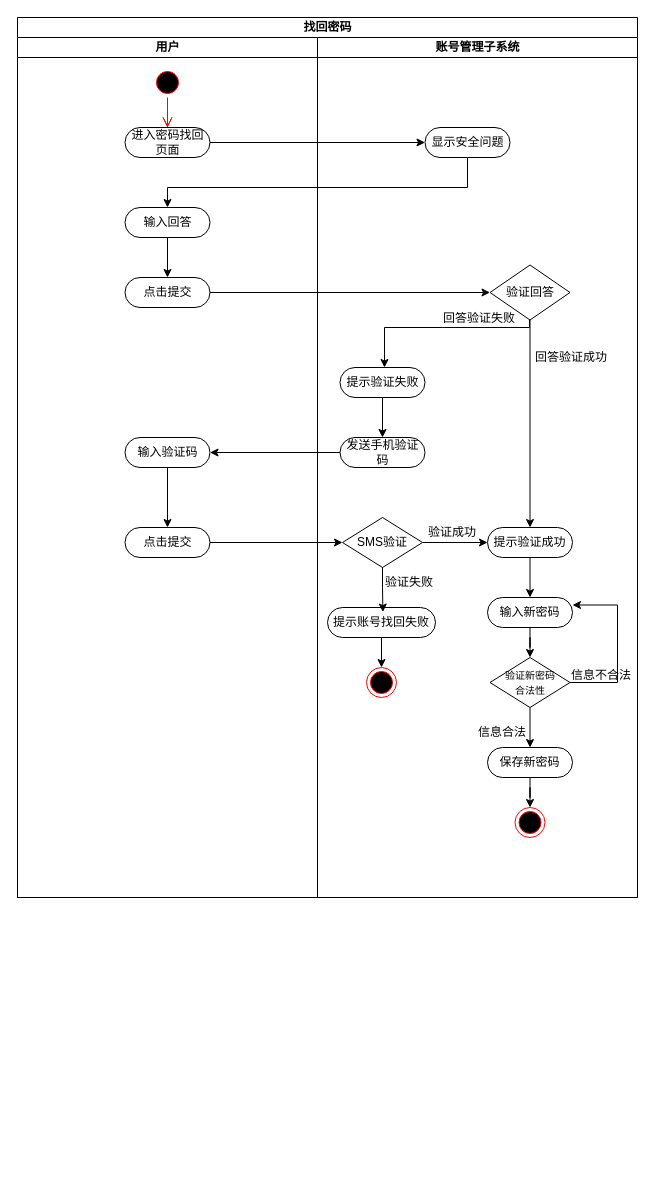
PomeloLemon/SoftwareDiagrams keeps this draw.io diagram as 找回密码活动图.drawio. Above is the earlier version. Source tidied: cells renumbered, new cells numbered last; positions are measured from the earlier drawing's top-left corner, leaving out a move shared by most shapes. Both pictures are drawn from the tidied source at 100%, with x=0, y=0 at pixel (17, 17).
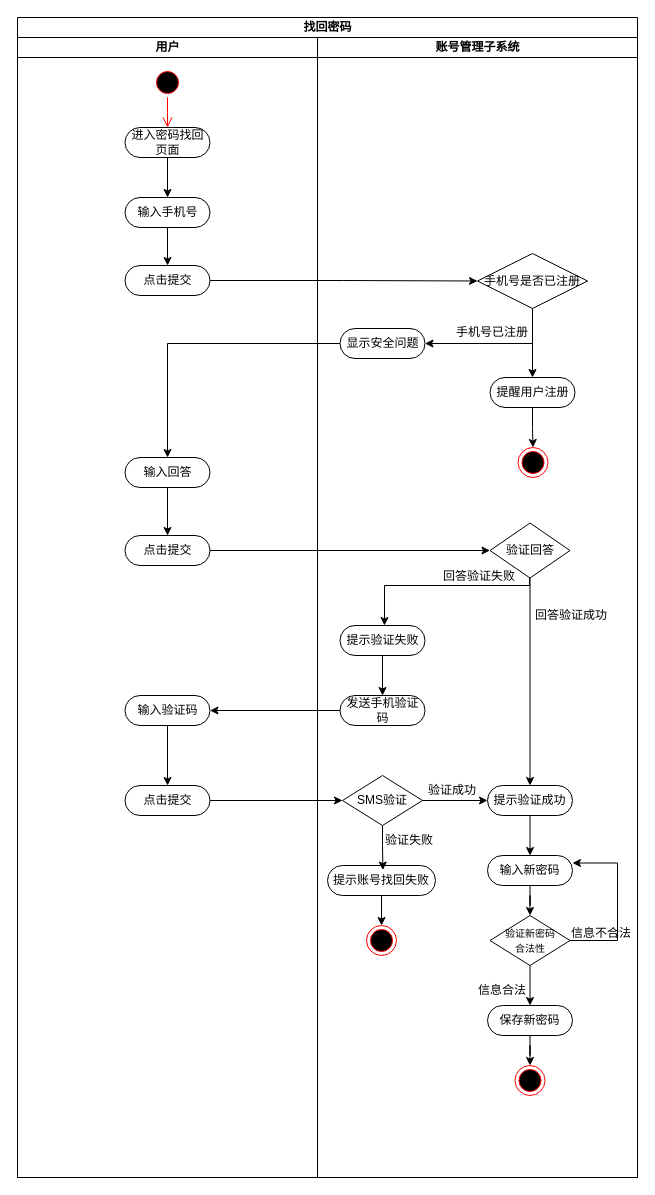
The same page after the edit.

Commit message:
更新找回密码活动图.drawio

The change refers to these unchanged cells:
```xml
<mxCell id="4" style="ellipse;html=1;shape=startState;fillColor=#000000;strokeColor=#ff0000;" parent="3" vertex="1">
  <mxGeometry x="135" y="30" width="30" height="30" as="geometry" />
</mxCell>
<mxCell id="7" value="进入密码找回页面" style="rounded=1;whiteSpace=wrap;html=1;shadow=0;comic=0;labelBackgroundColor=none;strokeWidth=1;fontFamily=Verdana;fontSize=12;align=center;arcSize=50;" parent="3" vertex="1">
  <mxGeometry x="107.5" y="90" width="85" height="30" as="geometry" />
</mxCell>
```

What changed in the source:
```diff
@@
     <mxCell id="2" value="找回密码" style="swimlane;startSize=20;html=1;" parent="1" vertex="1">
-      <mxGeometry width="620" height="880" as="geometry" />
+      <mxGeometry width="620" height="1160" as="geometry" />
     </mxCell>
     <mxCell id="3" value="用户" style="swimlane;startSize=20;html=1;" parent="2" vertex="1">
-      <mxGeometry y="20" width="300" height="860" as="geometry" />
+      <mxGeometry y="20" width="300" height="1140" as="geometry" />
     </mxCell>
@@
-    <mxCell id="5" style="edgeStyle=orthogonalEdgeStyle;html=1;verticalAlign=bottom;endArrow=open;endSize=8;strokeColor=#ff0000;rounded=0;" parent="3" edge="1" source="7">
-      <mxGeometry relative="1" as="geometry">
-        <mxPoint x="150" y="90" as="targetPoint" />
-      </mxGeometry>
-    </mxCell>
-    <mxCell id="6" style="edgeStyle=orthogonalEdgeStyle;html=1;verticalAlign=bottom;endArrow=open;endSize=8;strokeColor=#ff0000;rounded=0;" parent="3" edge="1" source="4" target="7">
-      <mxGeometry relative="1" as="geometry" />
+    <mxCell id="6" style="edgeStyle=orthogonalEdgeStyle;html=1;verticalAlign=bottom;endArrow=open;endSize=8;strokeColor=#ff0000;rounded=0;" parent="3" edge="1" source="4">
+      <mxGeometry relative="1" as="geometry">
+        <mxPoint x="150" y="90" as="targetPoint" />
+      </mxGeometry>
     </mxCell>
@@
-    <mxCell id="8" style="edgeStyle=orthogonalEdgeStyle;rounded=0;jettySize=auto;html=1;" parent="3" edge="1" source="9" target="10">
-      <mxGeometry relative="1" as="geometry" />
-    </mxCell>
-    <mxCell id="9" value="输入回答" style="rounded=1;whiteSpace=wrap;html=1;shadow=0;comic=0;labelBackgroundColor=none;strokeWidth=1;fontFamily=Verdana;fontSize=12;align=center;arcSize=50;" parent="3" vertex="1">
-      <mxGeometry x="107.5" y="170" width="85" height="30" as="geometry" />
-    </mxCell>
+    <mxCell id="19" value="账号管理子系统" style="swimlane;startSize=20;html=1;" parent="2" vertex="1">
+      <mxGeometry x="300" y="20" width="320" height="1140" as="geometry" />
+    </mxCell>
-    <mxCell id="10" value="点击提交" style="rounded=1;whiteSpace=wrap;html=1;shadow=0;comic=0;labelBackgroundColor=none;strokeWidth=1;fontFamily=Verdana;fontSize=12;align=center;arcSize=50;" parent="3" vertex="1">
-      <mxGeometry x="107.5" y="240" width="85" height="30" as="geometry" />
+    <mxCell id="10" value="点击提交" style="rounded=1;whiteSpace=wrap;html=1;shadow=0;comic=0;labelBackgroundColor=none;strokeWidth=1;fontFamily=Verdana;fontSize=12;align=center;arcSize=50;" parent="19" vertex="1">
+      <mxGeometry x="-192.5" y="498" width="85" height="30" as="geometry" />
     </mxCell>
-    <mxCell id="11" style="edgeStyle=orthogonalEdgeStyle;rounded=0;jettySize=auto;html=1;entryX=0.5;entryY=0;entryDx=0;entryDy=0;" parent="3" edge="1" source="12" target="13">
-      <mxGeometry relative="1" as="geometry" />
-    </mxCell>
-    <mxCell id="12" value="输入验证码" style="rounded=1;whiteSpace=wrap;html=1;shadow=0;comic=0;labelBackgroundColor=none;strokeWidth=1;fontFamily=Verdana;fontSize=12;align=center;arcSize=50;" parent="3" vertex="1">
-      <mxGeometry x="107.5" y="400" width="85" height="30" as="geometry" />
+    <mxCell id="12" value="输入验证码" style="rounded=1;whiteSpace=wrap;html=1;shadow=0;comic=0;labelBackgroundColor=none;strokeWidth=1;fontFamily=Verdana;fontSize=12;align=center;arcSize=50;" parent="19" vertex="1">
+      <mxGeometry x="-192.5" y="658" width="85" height="30" as="geometry" />
     </mxCell>
-    <mxCell id="13" value="点击提交" style="rounded=1;whiteSpace=wrap;html=1;shadow=0;comic=0;labelBackgroundColor=none;strokeWidth=1;fontFamily=Verdana;fontSize=12;align=center;arcSize=50;" parent="3" vertex="1">
-      <mxGeometry x="107.5" y="490" width="85" height="30" as="geometry" />
+    <mxCell id="13" value="点击提交" style="rounded=1;whiteSpace=wrap;html=1;shadow=0;comic=0;labelBackgroundColor=none;strokeWidth=1;fontFamily=Verdana;fontSize=12;align=center;arcSize=50;" parent="19" vertex="1">
+      <mxGeometry x="-192.5" y="748" width="85" height="30" as="geometry" />
     </mxCell>
-    <mxCell id="14" style="edgeStyle=orthogonalEdgeStyle;rounded=0;jettySize=auto;html=1;" parent="2" edge="1" source="7" target="20">
-      <mxGeometry relative="1" as="geometry" />
-    </mxCell>
-    <mxCell id="15" style="edgeStyle=orthogonalEdgeStyle;rounded=0;jettySize=auto;html=1;entryX=0.5;entryY=0;entryDx=0;entryDy=0;" parent="2" edge="1" source="20" target="9">
-      <mxGeometry relative="1" as="geometry">
-        <Array as="points">
-          <mxPoint x="450" y="170" />
-          <mxPoint x="150" y="170" />
-        </Array>
-      </mxGeometry>
-    </mxCell>
-    <mxCell id="16" style="edgeStyle=orthogonalEdgeStyle;rounded=0;jettySize=auto;html=1;entryX=0;entryY=0.5;entryDx=0;entryDy=0;" parent="2" edge="1" source="10" target="23">
+    <mxCell id="16" style="edgeStyle=orthogonalEdgeStyle;rounded=0;jettySize=auto;html=1;entryX=0;entryY=0.5;entryDx=0;entryDy=0;" parent="19" edge="1" source="10" target="23">
       <mxGeometry relative="1" as="geometry" />
     </mxCell>
-    <mxCell id="17" style="edgeStyle=orthogonalEdgeStyle;rounded=0;jettySize=auto;html=1;" parent="2" edge="1" source="43" target="12">
+    <mxCell id="17" style="edgeStyle=orthogonalEdgeStyle;rounded=0;jettySize=auto;html=1;" parent="19" edge="1" source="43" target="12">
       <mxGeometry relative="1" as="geometry" />
     </mxCell>
+    <mxCell id="11" style="edgeStyle=orthogonalEdgeStyle;rounded=0;jettySize=auto;html=1;entryX=0.5;entryY=0;entryDx=0;entryDy=0;" parent="19" edge="1" source="12" target="13">
+      <mxGeometry relative="1" as="geometry" />
+    </mxCell>
-    <mxCell id="18" style="edgeStyle=orthogonalEdgeStyle;rounded=0;jettySize=auto;html=1;entryX=0;entryY=0.5;entryDx=0;entryDy=0;" parent="2" edge="1" source="13" target="41">
+    <mxCell id="18" style="edgeStyle=orthogonalEdgeStyle;rounded=0;jettySize=auto;html=1;entryX=0;entryY=0.5;entryDx=0;entryDy=0;" parent="19" edge="1" source="13" target="41">
       <mxGeometry relative="1" as="geometry" />
     </mxCell>
-    <mxCell id="19" value="账号管理子系统" style="swimlane;startSize=20;html=1;" parent="2" vertex="1">
-      <mxGeometry x="300" y="20" width="320" height="860" as="geometry" />
-    </mxCell>
-    <mxCell id="20" value="显示安全问题" style="rounded=1;whiteSpace=wrap;html=1;shadow=0;comic=0;labelBackgroundColor=none;strokeWidth=1;fontFamily=Verdana;fontSize=12;align=center;arcSize=50;" parent="19" vertex="1">
-      <mxGeometry x="107.5" y="90" width="85" height="30" as="geometry" />
-    </mxCell>
@@
     <mxCell id="22" style="edgeStyle=orthogonalEdgeStyle;rounded=0;orthogonalLoop=1;jettySize=auto;html=1;entryX=0.5;entryY=0;entryDx=0;entryDy=0;" parent="19" edge="1">
       <mxGeometry relative="1" as="geometry">
-        <mxPoint x="212" y="280.8" as="sourcePoint" />
-        <mxPoint x="67" y="330" as="targetPoint" />
+        <mxPoint x="212" y="538.8" as="sourcePoint" />
+        <mxPoint x="67" y="588" as="targetPoint" />
         <Array as="points">
-          <mxPoint x="212" y="290" />
-          <mxPoint x="67" y="290" />
+          <mxPoint x="212" y="548" />
+          <mxPoint x="67" y="548" />
         </Array>
       </mxGeometry>
     </mxCell>
     <mxCell id="23" value="验证回答" style="rhombus;whiteSpace=wrap;html=1;" parent="19" vertex="1">
-      <mxGeometry x="172.5" y="227.5" width="80" height="55" as="geometry" />
+      <mxGeometry x="172.5" y="485.5" width="80" height="55" as="geometry" />
     </mxCell>
@@
     <mxCell id="25" value="提示验证成功" style="rounded=1;whiteSpace=wrap;html=1;shadow=0;comic=0;labelBackgroundColor=none;strokeWidth=1;fontFamily=Verdana;fontSize=12;align=center;arcSize=50;" parent="19" vertex="1">
-      <mxGeometry x="170" y="490" width="85" height="30" as="geometry" />
+      <mxGeometry x="170" y="748" width="85" height="30" as="geometry" />
     </mxCell>
     <mxCell id="26" value="回答验证成功" style="text;html=1;strokeColor=none;fillColor=none;align=center;verticalAlign=middle;whiteSpace=wrap;rounded=0;" parent="19" vertex="1">
-      <mxGeometry x="214" y="305" width="80" height="30" as="geometry" />
+      <mxGeometry x="214" y="563" width="80" height="30" as="geometry" />
     </mxCell>
@@
     <mxCell id="28" value="输入新密码" style="rounded=1;whiteSpace=wrap;html=1;shadow=0;comic=0;labelBackgroundColor=none;strokeWidth=1;fontFamily=Verdana;fontSize=12;align=center;arcSize=50;" parent="19" vertex="1">
-      <mxGeometry x="170" y="560" width="85" height="30" as="geometry" />
+      <mxGeometry x="170" y="818" width="85" height="30" as="geometry" />
     </mxCell>
     <mxCell id="29" style="edgeStyle=orthogonalEdgeStyle;rounded=0;jettySize=auto;html=1;entryX=1;entryY=0.25;entryDx=0;entryDy=0;" parent="19" edge="1" source="31" target="28">
       <mxGeometry relative="1" as="geometry">
         <Array as="points">
-          <mxPoint x="300" y="645" />
-          <mxPoint x="300" y="568" />
+          <mxPoint x="300" y="903" />
+          <mxPoint x="300" y="826" />
         </Array>
       </mxGeometry>
     </mxCell>
@@
     <mxCell id="31" value="&lt;font style=&quot;font-size: 10px;&quot;&gt;验证新密码&lt;br&gt;合法性&lt;/font&gt;" style="rhombus;whiteSpace=wrap;html=1;" parent="19" vertex="1">
-      <mxGeometry x="172.5" y="620" width="80" height="50" as="geometry" />
+      <mxGeometry x="172.5" y="878" width="80" height="50" as="geometry" />
     </mxCell>
     <mxCell id="32" value="信息不合法" style="text;html=1;strokeColor=none;fillColor=none;align=center;verticalAlign=middle;whiteSpace=wrap;rounded=0;" parent="19" vertex="1">
-      <mxGeometry x="249" y="623" width="70" height="30" as="geometry" />
+      <mxGeometry x="249" y="881" width="70" height="30" as="geometry" />
     </mxCell>
@@
     <mxCell id="34" value="保存新密码" style="rounded=1;whiteSpace=wrap;html=1;shadow=0;comic=0;labelBackgroundColor=none;strokeWidth=1;fontFamily=Verdana;fontSize=12;align=center;arcSize=50;" parent="19" vertex="1">
-      <mxGeometry x="170" y="710" width="85" height="30" as="geometry" />
+      <mxGeometry x="170" y="968" width="85" height="30" as="geometry" />
     </mxCell>
     <mxCell id="35" value="信息合法" style="text;html=1;strokeColor=none;fillColor=none;align=center;verticalAlign=middle;whiteSpace=wrap;rounded=0;" parent="19" vertex="1">
-      <mxGeometry x="155" y="680" width="60" height="30" as="geometry" />
+      <mxGeometry x="155" y="938" width="60" height="30" as="geometry" />
     </mxCell>
     <mxCell id="36" style="ellipse;html=1;shape=endState;fillColor=#000000;strokeColor=#ff0000;" parent="19" vertex="1">
-      <mxGeometry x="197.5" y="770" width="30" height="30" as="geometry" />
+      <mxGeometry x="197.5" y="1028" width="30" height="30" as="geometry" />
     </mxCell>
@@
     <mxCell id="38" value="提示验证失败" style="rounded=1;whiteSpace=wrap;html=1;shadow=0;comic=0;labelBackgroundColor=none;strokeWidth=1;fontFamily=Verdana;fontSize=12;align=center;arcSize=50;" parent="19" vertex="1">
-      <mxGeometry x="22.5" y="330" width="85" height="30" as="geometry" />
+      <mxGeometry x="22.5" y="588" width="85" height="30" as="geometry" />
     </mxCell>
     <mxCell id="39" value="回答验证失败" style="text;html=1;strokeColor=none;fillColor=none;align=center;verticalAlign=middle;whiteSpace=wrap;rounded=0;" parent="19" vertex="1">
-      <mxGeometry x="121.5" y="266" width="80" height="30" as="geometry" />
+      <mxGeometry x="121.5" y="524" width="80" height="30" as="geometry" />
     </mxCell>
@@
     <mxCell id="41" value="SMS验证" style="rhombus;whiteSpace=wrap;html=1;" parent="19" vertex="1">
-      <mxGeometry x="25" y="480" width="80" height="50" as="geometry" />
+      <mxGeometry x="25" y="738" width="80" height="50" as="geometry" />
     </mxCell>
     <mxCell id="42" value="验证成功" style="text;html=1;strokeColor=none;fillColor=none;align=center;verticalAlign=middle;whiteSpace=wrap;rounded=0;" parent="19" vertex="1">
-      <mxGeometry x="105" y="480" width="60" height="30" as="geometry" />
+      <mxGeometry x="105" y="738" width="60" height="30" as="geometry" />
     </mxCell>
     <mxCell id="43" value="发送手机验证码" style="rounded=1;whiteSpace=wrap;html=1;shadow=0;comic=0;labelBackgroundColor=none;strokeWidth=1;fontFamily=Verdana;fontSize=12;align=center;arcSize=50;" parent="19" vertex="1">
-      <mxGeometry x="22.5" y="400" width="85" height="30" as="geometry" />
+      <mxGeometry x="22.5" y="658" width="85" height="30" as="geometry" />
     </mxCell>
     <mxCell id="44" value="提示账号找回失败" style="rounded=1;whiteSpace=wrap;html=1;shadow=0;comic=0;labelBackgroundColor=none;strokeWidth=1;fontFamily=Verdana;fontSize=12;align=center;arcSize=50;" parent="19" vertex="1">
-      <mxGeometry x="10" y="570" width="108" height="30" as="geometry" />
+      <mxGeometry x="10" y="828" width="108" height="30" as="geometry" />
     </mxCell>
@@
     <mxCell id="46" style="edgeStyle=orthogonalEdgeStyle;rounded=0;jettySize=auto;html=1;exitX=0.5;exitY=1;exitDx=0;exitDy=0;" parent="19" edge="1" source="44">
       <mxGeometry relative="1" as="geometry">
-        <mxPoint x="64" y="630" as="targetPoint" />
+        <mxPoint x="64" y="888" as="targetPoint" />
       </mxGeometry>
     </mxCell>
     <mxCell id="47" style="ellipse;html=1;shape=endState;fillColor=#000000;strokeColor=#ff0000;" parent="19" vertex="1">
-      <mxGeometry x="49" y="630" width="30" height="30" as="geometry" />
+      <mxGeometry x="49" y="888" width="30" height="30" as="geometry" />
     </mxCell>
     <mxCell id="48" value="验证失败" style="text;html=1;strokeColor=none;fillColor=none;align=center;verticalAlign=middle;whiteSpace=wrap;rounded=0;" parent="19" vertex="1">
-      <mxGeometry x="61.5" y="530" width="60" height="30" as="geometry" />
+      <mxGeometry x="61.5" y="788" width="60" height="30" as="geometry" />
     </mxCell>
+    <mxCell id="49" value="输入手机号" style="rounded=1;whiteSpace=wrap;html=1;shadow=0;comic=0;labelBackgroundColor=none;strokeWidth=1;fontFamily=Verdana;fontSize=12;align=center;arcSize=50;" parent="19" vertex="1">
+      <mxGeometry x="-192.5" y="160" width="85" height="30" as="geometry" />
+    </mxCell>
+    <mxCell id="50" value="点击提交" style="rounded=1;whiteSpace=wrap;html=1;shadow=0;comic=0;labelBackgroundColor=none;strokeWidth=1;fontFamily=Verdana;fontSize=12;align=center;arcSize=50;" parent="19" vertex="1">
+      <mxGeometry x="-192.5" y="228" width="85" height="30" as="geometry" />
+    </mxCell>
+    <mxCell id="51" style="edgeStyle=orthogonalEdgeStyle;rounded=0;jettySize=auto;html=1;exitX=0.5;exitY=1;exitDx=0;exitDy=0;" parent="19" edge="1" source="49" target="50">
+      <mxGeometry relative="1" as="geometry" />
+    </mxCell>
+    <mxCell id="52" style="edgeStyle=orthogonalEdgeStyle;rounded=0;jettySize=auto;html=1;exitX=0.5;exitY=1;exitDx=0;exitDy=0;entryX=1;entryY=0.5;entryDx=0;entryDy=0;" parent="19" edge="1" target="20">
+      <mxGeometry relative="1" as="geometry">
+        <mxPoint x="215" y="271.5" as="sourcePoint" />
+        <Array as="points">
+          <mxPoint x="215" y="306" />
+        </Array>
+      </mxGeometry>
+    </mxCell>
+    <mxCell id="53" value="手机号是否已注册" style="rhombus;whiteSpace=wrap;html=1;" parent="19" vertex="1">
+      <mxGeometry x="160" y="216" width="110" height="55" as="geometry" />
+    </mxCell>
+    <mxCell id="54" value="手机号已注册" style="text;html=1;strokeColor=none;fillColor=none;align=center;verticalAlign=middle;whiteSpace=wrap;rounded=0;" parent="19" vertex="1">
+      <mxGeometry x="130" y="280" width="90" height="30" as="geometry" />
+    </mxCell>
+    <mxCell id="20" value="显示安全问题" style="rounded=1;whiteSpace=wrap;html=1;shadow=0;comic=0;labelBackgroundColor=none;strokeWidth=1;fontFamily=Verdana;fontSize=12;align=center;arcSize=50;" parent="19" vertex="1">
+      <mxGeometry x="22.5" y="291" width="85" height="30" as="geometry" />
+    </mxCell>
+    <mxCell id="55" style="edgeStyle=orthogonalEdgeStyle;rounded=0;jettySize=auto;html=1;entryX=0;entryY=0.5;entryDx=0;entryDy=0;" parent="19" edge="1" source="50" target="53">
+      <mxGeometry relative="1" as="geometry" />
+    </mxCell>
+    <mxCell id="56" style="edgeStyle=orthogonalEdgeStyle;rounded=0;jettySize=auto;html=1;exitX=0.5;exitY=1;exitDx=0;exitDy=0;" parent="19" edge="1" source="53">
+      <mxGeometry relative="1" as="geometry">
+        <mxPoint x="215" y="340" as="targetPoint" />
+      </mxGeometry>
+    </mxCell>
+    <mxCell id="57" style="ellipse;html=1;shape=endState;fillColor=#000000;strokeColor=#ff0000;" parent="19" vertex="1">
+      <mxGeometry x="200.5" y="410" width="30" height="30" as="geometry" />
+    </mxCell>
+    <mxCell id="58" style="edgeStyle=orthogonalEdgeStyle;rounded=0;jettySize=auto;html=1;entryX=0.5;entryY=0;entryDx=0;entryDy=0;" parent="19" edge="1" source="59" target="57">
+      <mxGeometry relative="1" as="geometry" />
+    </mxCell>
+    <mxCell id="59" value="提醒用户注册" style="rounded=1;whiteSpace=wrap;html=1;shadow=0;comic=0;labelBackgroundColor=none;strokeWidth=1;fontFamily=Verdana;fontSize=12;align=center;arcSize=50;" parent="19" vertex="1">
+      <mxGeometry x="172.5" y="340" width="85" height="30" as="geometry" />
+    </mxCell>
+    <mxCell id="60" style="edgeStyle=orthogonalEdgeStyle;rounded=0;jettySize=auto;html=1;" parent="2" edge="1" source="7" target="49">
+      <mxGeometry relative="1" as="geometry" />
+    </mxCell>
+    <mxCell id="9" value="输入回答" style="rounded=1;whiteSpace=wrap;html=1;shadow=0;comic=0;labelBackgroundColor=none;strokeWidth=1;fontFamily=Verdana;fontSize=12;align=center;arcSize=50;" parent="1" vertex="1">
+      <mxGeometry x="107.5" y="440" width="85" height="30" as="geometry" />
+    </mxCell>
+    <mxCell id="8" style="edgeStyle=orthogonalEdgeStyle;rounded=0;jettySize=auto;html=1;" parent="1" edge="1" source="9" target="10">
+      <mxGeometry relative="1" as="geometry" />
+    </mxCell>
+    <mxCell id="15" style="edgeStyle=orthogonalEdgeStyle;rounded=0;jettySize=auto;html=1;entryX=0.5;entryY=0;entryDx=0;entryDy=0;" parent="1" edge="1" source="20" target="9">
+      <mxGeometry relative="1" as="geometry" />
+    </mxCell>
```
